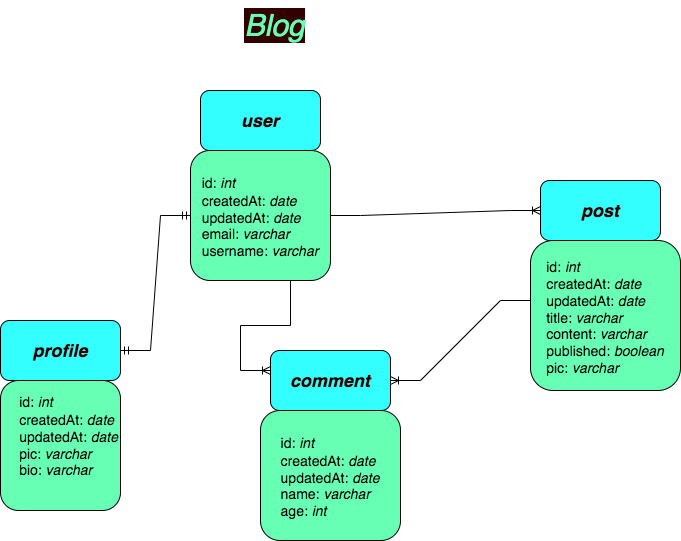
The draw.io diagram blog.drawio.png in MattVwaves/blog-domain-challenge-1, before a commit. Source tidied: cells renumbered, new cells last; positions are measured from the earlier drawing's top-left corner, leaving out a move shared by most shapes. The source it was exported from:
```xml
<mxGraphModel background="#ffffff">
  <root>
    <mxCell id="0" />
    <mxCell id="1" parent="0" />
    <mxCell id="2" value="&lt;font color=&quot;#66ffb3&quot; size=&quot;1&quot; style=&quot;&quot;&gt;&lt;i style=&quot;font-size: 30px; background-color: rgb(51, 0, 0);&quot;&gt;Blog&lt;/i&gt;&lt;/font&gt;" style="text;html=1;align=center;verticalAlign=middle;strokeColor=none;fillColor=none;" parent="1" vertex="1">
      <mxGeometry x="234" width="80" height="50" as="geometry" />
    </mxCell>
    <mxCell id="3" value="&lt;b&gt;&lt;font color=&quot;#330000&quot;&gt;&lt;i&gt;profile&lt;/i&gt;&lt;/font&gt;&lt;/b&gt;" style="rounded=1;whiteSpace=wrap;html=1;fontSize=18;fillColor=#33FFFF;" parent="1" vertex="1">
      <mxGeometry y="320" width="120" height="60" as="geometry" />
    </mxCell>
    <mxCell id="4" value="&lt;b&gt;&lt;font color=&quot;#330000&quot;&gt;&lt;i&gt;user&lt;/i&gt;&lt;/font&gt;&lt;/b&gt;" style="rounded=1;whiteSpace=wrap;html=1;fontSize=18;fillColor=#33FFFF;" parent="1" vertex="1">
      <mxGeometry x="200" y="90" width="120" height="60" as="geometry" />
    </mxCell>
    <mxCell id="5" value="&lt;b&gt;&lt;font color=&quot;#330000&quot;&gt;&lt;i&gt;post&lt;/i&gt;&lt;/font&gt;&lt;/b&gt;" style="rounded=1;whiteSpace=wrap;html=1;fontSize=18;fillColor=#33FFFF;" parent="1" vertex="1">
      <mxGeometry x="540" y="180" width="120" height="60" as="geometry" />
    </mxCell>
    <mxCell id="6" value="&lt;b&gt;&lt;font color=&quot;#330000&quot;&gt;&lt;i&gt;comment&lt;/i&gt;&lt;/font&gt;&lt;/b&gt;" style="rounded=1;whiteSpace=wrap;html=1;fontSize=18;fillColor=#33FFFF;" parent="1" vertex="1">
      <mxGeometry x="270" y="350" width="120" height="60" as="geometry" />
    </mxCell>
    <mxCell id="7" value="&lt;div style=&quot;text-align: left;&quot;&gt;&lt;span style=&quot;font-size: 14px; background-color: initial;&quot;&gt;id: &lt;i&gt;int&lt;/i&gt;&lt;/span&gt;&lt;/div&gt;&lt;font style=&quot;&quot;&gt;&lt;div style=&quot;text-align: left; font-size: 14px;&quot;&gt;&lt;span style=&quot;background-color: initial;&quot;&gt;createdAt: &lt;i&gt;date&lt;/i&gt;&lt;/span&gt;&lt;/div&gt;&lt;div style=&quot;text-align: left; font-size: 14px;&quot;&gt;&lt;span style=&quot;background-color: initial;&quot;&gt;updatedAt: &lt;i&gt;date&lt;/i&gt;&lt;/span&gt;&lt;/div&gt;&lt;div style=&quot;text-align: left; font-size: 14px;&quot;&gt;&lt;span style=&quot;background-color: initial;&quot;&gt;pic: &lt;i&gt;varchar&lt;/i&gt;&lt;/span&gt;&lt;/div&gt;&lt;div style=&quot;text-align: left; font-size: 14px;&quot;&gt;&lt;span style=&quot;background-color: initial;&quot;&gt;bio: &lt;i&gt;varchar&lt;/i&gt;&lt;/span&gt;&lt;/div&gt;&lt;div style=&quot;text-align: left;&quot;&gt;&lt;span style=&quot;font-size: 14px;&quot;&gt;&lt;br&gt;&lt;/span&gt;&lt;/div&gt;&lt;/font&gt;" style="rounded=1;whiteSpace=wrap;html=1;fontSize=18;labelPosition=center;verticalLabelPosition=middle;align=right;verticalAlign=middle;spacing=2;fillColor=#66FFB3;" parent="1" vertex="1">
      <mxGeometry y="380" width="120" height="130" as="geometry" />
    </mxCell>
    <mxCell id="8" value="&lt;div style=&quot;text-align: justify;&quot;&gt;&lt;span style=&quot;font-size: 14px;&quot;&gt;id: &lt;i&gt;int&lt;/i&gt;&lt;/span&gt;&lt;/div&gt;&lt;span style=&quot;color: rgb(0, 0, 0); font-family: Helvetica; font-size: 14px; font-variant-ligatures: normal; font-variant-caps: normal; font-weight: 400; letter-spacing: normal; orphans: 2; text-indent: 0px; text-transform: none; widows: 2; word-spacing: 0px; -webkit-text-stroke-width: 0px; background-color: rgb(248, 249, 250); text-decoration-thickness: initial; text-decoration-style: initial; text-decoration-color: initial; float: none; display: inline !important;&quot;&gt;&lt;div style=&quot;text-align: justify;&quot;&gt;createdAt: &lt;i&gt;date&lt;/i&gt;&lt;/div&gt;&lt;/span&gt;&lt;span style=&quot;color: rgb(0, 0, 0); font-family: Helvetica; font-size: 14px; font-variant-ligatures: normal; font-variant-caps: normal; font-weight: 400; letter-spacing: normal; orphans: 2; text-indent: 0px; text-transform: none; widows: 2; word-spacing: 0px; -webkit-text-stroke-width: 0px; background-color: rgb(248, 249, 250); text-decoration-thickness: initial; text-decoration-style: initial; text-decoration-color: initial; float: none; display: inline !important;&quot;&gt;&lt;div style=&quot;text-align: justify;&quot;&gt;updatedAt: &lt;i&gt;date&lt;/i&gt;&lt;/div&gt;&lt;/span&gt;&lt;span style=&quot;color: rgb(0, 0, 0); font-family: Helvetica; font-size: 14px; font-variant-ligatures: normal; font-variant-caps: normal; font-weight: 400; letter-spacing: normal; orphans: 2; text-indent: 0px; text-transform: none; widows: 2; word-spacing: 0px; -webkit-text-stroke-width: 0px; background-color: rgb(248, 249, 250); text-decoration-thickness: initial; text-decoration-style: initial; text-decoration-color: initial; float: none; display: inline !important;&quot;&gt;&lt;div style=&quot;text-align: justify;&quot;&gt;email: &lt;i&gt;varchar&lt;/i&gt;&lt;/div&gt;&lt;/span&gt;&lt;span style=&quot;font-size: 14px;&quot;&gt;&lt;div style=&quot;text-align: justify;&quot;&gt;&lt;span style=&quot;background-color: initial;&quot;&gt;username: &lt;i&gt;varchar&lt;/i&gt;&lt;/span&gt;&lt;/div&gt;&lt;/span&gt;" style="rounded=1;whiteSpace=wrap;html=1;fontSize=18;align=center;fillColor=#66FFB3;" parent="1" vertex="1">
      <mxGeometry x="190" y="150" width="140" height="130" as="geometry" />
    </mxCell>
    <mxCell id="9" value="&lt;div style=&quot;text-align: justify;&quot;&gt;&lt;span style=&quot;font-size: 14px;&quot;&gt;&lt;br&gt;&lt;/span&gt;&lt;/div&gt;&lt;font style=&quot;&quot;&gt;&lt;div style=&quot;font-size: 14px; text-align: justify;&quot;&gt;&lt;span style=&quot;background-color: initial;&quot;&gt;id: &lt;i&gt;int&lt;/i&gt;&lt;/span&gt;&lt;/div&gt;&lt;div style=&quot;font-size: 14px; text-align: justify;&quot;&gt;&lt;span style=&quot;background-color: initial;&quot;&gt;createdAt: &lt;i&gt;date&lt;/i&gt;&lt;/span&gt;&lt;/div&gt;&lt;div style=&quot;font-size: 14px; text-align: justify;&quot;&gt;&lt;span style=&quot;background-color: initial;&quot;&gt;updatedAt: &lt;i&gt;date&lt;/i&gt;&lt;/span&gt;&lt;/div&gt;&lt;div style=&quot;font-size: 14px; text-align: justify;&quot;&gt;title: &lt;i&gt;varchar&lt;/i&gt;&lt;/div&gt;&lt;div style=&quot;font-size: 14px; text-align: justify;&quot;&gt;&lt;span style=&quot;background-color: initial;&quot;&gt;content: &lt;i&gt;varchar&lt;/i&gt;&lt;/span&gt;&lt;/div&gt;&lt;div style=&quot;font-size: 14px; text-align: justify;&quot;&gt;&lt;span style=&quot;background-color: initial;&quot;&gt;published: &lt;i&gt;boolean&lt;/i&gt;&lt;/span&gt;&lt;/div&gt;&lt;div style=&quot;font-size: 14px; text-align: justify;&quot;&gt;pic: &lt;i&gt;varchar&lt;/i&gt;&lt;/div&gt;&lt;div style=&quot;font-size: 14px; text-align: justify;&quot;&gt;&lt;br&gt;&lt;/div&gt;&lt;/font&gt;" style="rounded=1;whiteSpace=wrap;html=1;fontSize=18;labelPosition=center;verticalLabelPosition=middle;align=center;verticalAlign=middle;spacing=2;fillColor=#66FFB3;" parent="1" vertex="1">
      <mxGeometry x="530" y="240" width="150" height="150" as="geometry" />
    </mxCell>
    <mxCell id="10" value="&lt;div style=&quot;text-align: justify;&quot;&gt;&lt;span style=&quot;font-size: 14px; background-color: initial;&quot;&gt;id: &lt;i&gt;int&lt;/i&gt;&lt;/span&gt;&lt;/div&gt;&lt;font style=&quot;font-size: 14px;&quot;&gt;&lt;div style=&quot;text-align: justify;&quot;&gt;&lt;span style=&quot;background-color: initial;&quot;&gt;createdAt: &lt;i&gt;date&lt;/i&gt;&lt;/span&gt;&lt;/div&gt;&lt;div style=&quot;text-align: justify;&quot;&gt;&lt;span style=&quot;background-color: initial;&quot;&gt;updatedAt: &lt;i&gt;date&lt;/i&gt;&lt;/span&gt;&lt;/div&gt;&lt;div style=&quot;text-align: justify;&quot;&gt;&lt;span style=&quot;background-color: initial;&quot;&gt;name: &lt;i&gt;varchar&lt;/i&gt;&lt;/span&gt;&lt;/div&gt;&lt;div style=&quot;text-align: justify;&quot;&gt;&lt;span style=&quot;background-color: initial;&quot;&gt;age: &lt;i&gt;int&lt;/i&gt;&lt;/span&gt;&lt;/div&gt;&lt;/font&gt;" style="rounded=1;whiteSpace=wrap;html=1;fontSize=18;labelPosition=center;verticalLabelPosition=middle;align=center;verticalAlign=middle;spacing=2;fillColor=#66FFB3;" parent="1" vertex="1">
      <mxGeometry x="260" y="410" width="140" height="130" as="geometry" />
    </mxCell>
    <mxCell id="11" style="edgeStyle=entityRelationEdgeStyle;fontSize=12;html=1;endArrow=ERoneToMany;rounded=0;entryX=0;entryY=0.5;entryDx=0;entryDy=0;" parent="1" edge="1" source="8" target="5">
      <mxGeometry relative="1" as="geometry" />
    </mxCell>
    <mxCell id="12" style="edgeStyle=entityRelationEdgeStyle;fontSize=12;html=1;endArrow=ERoneToMany;rounded=0;exitX=0.5;exitY=1;exitDx=0;exitDy=0;" parent="1" edge="1" source="8">
      <mxGeometry relative="1" as="geometry">
        <mxPoint x="270" y="370" as="targetPoint" />
      </mxGeometry>
    </mxCell>
    <mxCell id="13" style="edgeStyle=entityRelationEdgeStyle;fontSize=12;html=1;endArrow=ERmandOne;startArrow=ERmandOne;rounded=0;exitX=1;exitY=0.5;exitDx=0;exitDy=0;entryX=0;entryY=0.5;entryDx=0;entryDy=0;" parent="1" edge="1" source="3" target="8">
      <mxGeometry relative="1" as="geometry" />
    </mxCell>
    <mxCell id="14" style="edgeStyle=entityRelationEdgeStyle;fontSize=12;html=1;endArrow=ERoneToMany;rounded=0;entryX=1;entryY=0.5;entryDx=0;entryDy=0;exitX=0;exitY=0.4;exitDx=0;exitDy=0;exitPerimeter=0;" parent="1" edge="1" source="9" target="6">
      <mxGeometry relative="1" as="geometry" />
    </mxCell>
  </root>
</mxGraphModel>
```
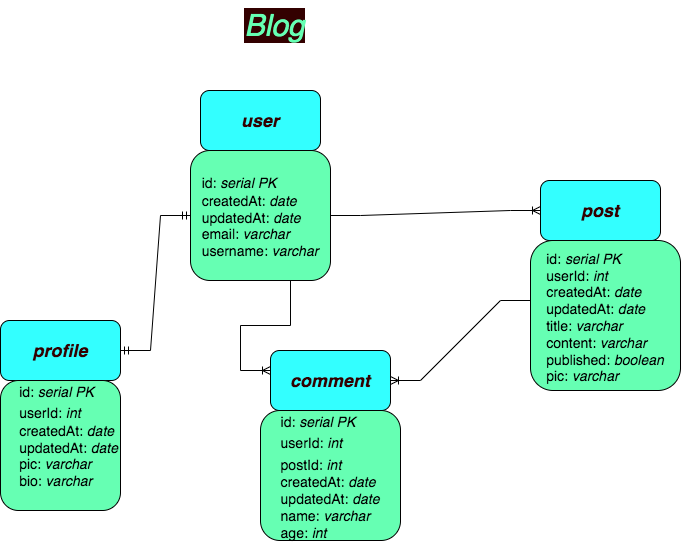
Above is the later version.

What changed in the source:
```diff
@@ -17,16 +17,16 @@
     <mxCell id="6" value="&lt;b&gt;&lt;font color=&quot;#330000&quot;&gt;&lt;i&gt;comment&lt;/i&gt;&lt;/font&gt;&lt;/b&gt;" style="rounded=1;whiteSpace=wrap;html=1;fontSize=18;fillColor=#33FFFF;" parent="1" vertex="1">
       <mxGeometry x="270" y="350" width="120" height="60" as="geometry" />
     </mxCell>
-    <mxCell id="7" value="&lt;div style=&quot;text-align: left;&quot;&gt;&lt;span style=&quot;font-size: 14px; background-color: initial;&quot;&gt;id: &lt;i&gt;int&lt;/i&gt;&lt;/span&gt;&lt;/div&gt;&lt;font style=&quot;&quot;&gt;&lt;div style=&quot;text-align: left; font-size: 14px;&quot;&gt;&lt;span style=&quot;background-color: initial;&quot;&gt;createdAt: &lt;i&gt;date&lt;/i&gt;&lt;/span&gt;&lt;/div&gt;&lt;div style=&quot;text-align: left; font-size: 14px;&quot;&gt;&lt;span style=&quot;background-color: initial;&quot;&gt;updatedAt: &lt;i&gt;date&lt;/i&gt;&lt;/span&gt;&lt;/div&gt;&lt;div style=&quot;text-align: left; font-size: 14px;&quot;&gt;&lt;span style=&quot;background-color: initial;&quot;&gt;pic: &lt;i&gt;varchar&lt;/i&gt;&lt;/span&gt;&lt;/div&gt;&lt;div style=&quot;text-align: left; font-size: 14px;&quot;&gt;&lt;span style=&quot;background-color: initial;&quot;&gt;bio: &lt;i&gt;varchar&lt;/i&gt;&lt;/span&gt;&lt;/div&gt;&lt;div style=&quot;text-align: left;&quot;&gt;&lt;span style=&quot;font-size: 14px;&quot;&gt;&lt;br&gt;&lt;/span&gt;&lt;/div&gt;&lt;/font&gt;" style="rounded=1;whiteSpace=wrap;html=1;fontSize=18;labelPosition=center;verticalLabelPosition=middle;align=right;verticalAlign=middle;spacing=2;fillColor=#66FFB3;" parent="1" vertex="1">
+    <mxCell id="7" value="&lt;div style=&quot;text-align: left;&quot;&gt;&lt;span style=&quot;font-size: 14px; background-color: initial;&quot;&gt;id: &lt;i&gt;serial PK&lt;/i&gt;&lt;/span&gt;&lt;/div&gt;&lt;div style=&quot;text-align: left;&quot;&gt;&lt;span style=&quot;font-size: 14px;&quot;&gt;userId: &lt;i&gt;int&lt;/i&gt;&lt;/span&gt;&lt;/div&gt;&lt;font style=&quot;&quot;&gt;&lt;div style=&quot;text-align: left; font-size: 14px;&quot;&gt;&lt;span style=&quot;background-color: initial;&quot;&gt;createdAt: &lt;i&gt;date&lt;/i&gt;&lt;/span&gt;&lt;/div&gt;&lt;div style=&quot;text-align: left; font-size: 14px;&quot;&gt;&lt;span style=&quot;background-color: initial;&quot;&gt;updatedAt: &lt;i&gt;date&lt;/i&gt;&lt;/span&gt;&lt;/div&gt;&lt;div style=&quot;text-align: left; font-size: 14px;&quot;&gt;&lt;span style=&quot;background-color: initial;&quot;&gt;pic: &lt;i&gt;varchar&lt;/i&gt;&lt;/span&gt;&lt;/div&gt;&lt;div style=&quot;text-align: left; font-size: 14px;&quot;&gt;&lt;span style=&quot;background-color: initial;&quot;&gt;bio: &lt;i&gt;varchar&lt;/i&gt;&lt;/span&gt;&lt;/div&gt;&lt;div style=&quot;text-align: left;&quot;&gt;&lt;span style=&quot;font-size: 14px;&quot;&gt;&lt;br&gt;&lt;/span&gt;&lt;/div&gt;&lt;/font&gt;" style="rounded=1;whiteSpace=wrap;html=1;fontSize=18;labelPosition=center;verticalLabelPosition=middle;align=right;verticalAlign=middle;spacing=2;fillColor=#66FFB3;" parent="1" vertex="1">
       <mxGeometry y="380" width="120" height="130" as="geometry" />
     </mxCell>
-    <mxCell id="8" value="&lt;div style=&quot;text-align: justify;&quot;&gt;&lt;span style=&quot;font-size: 14px;&quot;&gt;id: &lt;i&gt;int&lt;/i&gt;&lt;/span&gt;&lt;/div&gt;&lt;span style=&quot;color: rgb(0, 0, 0); font-family: Helvetica; font-size: 14px; font-variant-ligatures: normal; font-variant-caps: normal; font-weight: 400; letter-spacing: normal; orphans: 2; text-indent: 0px; text-transform: none; widows: 2; word-spacing: 0px; -webkit-text-stroke-width: 0px; background-color: rgb(248, 249, 250); text-decoration-thickness: initial; text-decoration-style: initial; text-decoration-color: initial; float: none; display: inline !important;&quot;&gt;&lt;div style=&quot;text-align: justify;&quot;&gt;createdAt: &lt;i&gt;date&lt;/i&gt;&lt;/div&gt;&lt;/span&gt;&lt;span style=&quot;color: rgb(0, 0, 0); font-family: Helvetica; font-size: 14px; font-variant-ligatures: normal; font-variant-caps: normal; font-weight: 400; letter-spacing: normal; orphans: 2; text-indent: 0px; text-transform: none; widows: 2; word-spacing: 0px; -webkit-text-stroke-width: 0px; background-color: rgb(248, 249, 250); text-decoration-thickness: initial; text-decoration-style: initial; text-decoration-color: initial; float: none; display: inline !important;&quot;&gt;&lt;div style=&quot;text-align: justify;&quot;&gt;updatedAt: &lt;i&gt;date&lt;/i&gt;&lt;/div&gt;&lt;/span&gt;&lt;span style=&quot;color: rgb(0, 0, 0); font-family: Helvetica; font-size: 14px; font-variant-ligatures: normal; font-variant-caps: normal; font-weight: 400; letter-spacing: normal; orphans: 2; text-indent: 0px; text-transform: none; widows: 2; word-spacing: 0px; -webkit-text-stroke-width: 0px; background-color: rgb(248, 249, 250); text-decoration-thickness: initial; text-decoration-style: initial; text-decoration-color: initial; float: none; display: inline !important;&quot;&gt;&lt;div style=&quot;text-align: justify;&quot;&gt;email: &lt;i&gt;varchar&lt;/i&gt;&lt;/div&gt;&lt;/span&gt;&lt;span style=&quot;font-size: 14px;&quot;&gt;&lt;div style=&quot;text-align: justify;&quot;&gt;&lt;span style=&quot;background-color: initial;&quot;&gt;username: &lt;i&gt;varchar&lt;/i&gt;&lt;/span&gt;&lt;/div&gt;&lt;/span&gt;" style="rounded=1;whiteSpace=wrap;html=1;fontSize=18;align=center;fillColor=#66FFB3;" parent="1" vertex="1">
+    <mxCell id="8" value="&lt;div style=&quot;text-align: justify;&quot;&gt;&lt;span style=&quot;font-size: 14px;&quot;&gt;id: &lt;i&gt;serial PK&lt;/i&gt;&lt;/span&gt;&lt;/div&gt;&lt;span style=&quot;color: rgb(0, 0, 0); font-family: Helvetica; font-size: 14px; font-variant-ligatures: normal; font-variant-caps: normal; font-weight: 400; letter-spacing: normal; orphans: 2; text-indent: 0px; text-transform: none; widows: 2; word-spacing: 0px; -webkit-text-stroke-width: 0px; background-color: rgb(248, 249, 250); text-decoration-thickness: initial; text-decoration-style: initial; text-decoration-color: initial; float: none; display: inline !important;&quot;&gt;&lt;div style=&quot;text-align: justify;&quot;&gt;createdAt: &lt;i&gt;date&lt;/i&gt;&lt;/div&gt;&lt;/span&gt;&lt;span style=&quot;color: rgb(0, 0, 0); font-family: Helvetica; font-size: 14px; font-variant-ligatures: normal; font-variant-caps: normal; font-weight: 400; letter-spacing: normal; orphans: 2; text-indent: 0px; text-transform: none; widows: 2; word-spacing: 0px; -webkit-text-stroke-width: 0px; background-color: rgb(248, 249, 250); text-decoration-thickness: initial; text-decoration-style: initial; text-decoration-color: initial; float: none; display: inline !important;&quot;&gt;&lt;div style=&quot;text-align: justify;&quot;&gt;updatedAt: &lt;i&gt;date&lt;/i&gt;&lt;/div&gt;&lt;/span&gt;&lt;span style=&quot;color: rgb(0, 0, 0); font-family: Helvetica; font-size: 14px; font-variant-ligatures: normal; font-variant-caps: normal; font-weight: 400; letter-spacing: normal; orphans: 2; text-indent: 0px; text-transform: none; widows: 2; word-spacing: 0px; -webkit-text-stroke-width: 0px; background-color: rgb(248, 249, 250); text-decoration-thickness: initial; text-decoration-style: initial; text-decoration-color: initial; float: none; display: inline !important;&quot;&gt;&lt;div style=&quot;text-align: justify;&quot;&gt;email: &lt;i&gt;varchar&lt;/i&gt;&lt;/div&gt;&lt;/span&gt;&lt;span style=&quot;font-size: 14px;&quot;&gt;&lt;div style=&quot;text-align: justify;&quot;&gt;&lt;span style=&quot;background-color: initial;&quot;&gt;username: &lt;i&gt;varchar&lt;/i&gt;&lt;/span&gt;&lt;/div&gt;&lt;/span&gt;" style="rounded=1;whiteSpace=wrap;html=1;fontSize=18;align=center;fillColor=#66FFB3;" parent="1" vertex="1">
       <mxGeometry x="190" y="150" width="140" height="130" as="geometry" />
     </mxCell>
-    <mxCell id="9" value="&lt;div style=&quot;text-align: justify;&quot;&gt;&lt;span style=&quot;font-size: 14px;&quot;&gt;&lt;br&gt;&lt;/span&gt;&lt;/div&gt;&lt;font style=&quot;&quot;&gt;&lt;div style=&quot;font-size: 14px; text-align: justify;&quot;&gt;&lt;span style=&quot;background-color: initial;&quot;&gt;id: &lt;i&gt;int&lt;/i&gt;&lt;/span&gt;&lt;/div&gt;&lt;div style=&quot;font-size: 14px; text-align: justify;&quot;&gt;&lt;span style=&quot;background-color: initial;&quot;&gt;createdAt: &lt;i&gt;date&lt;/i&gt;&lt;/span&gt;&lt;/div&gt;&lt;div style=&quot;font-size: 14px; text-align: justify;&quot;&gt;&lt;span style=&quot;background-color: initial;&quot;&gt;updatedAt: &lt;i&gt;date&lt;/i&gt;&lt;/span&gt;&lt;/div&gt;&lt;div style=&quot;font-size: 14px; text-align: justify;&quot;&gt;title: &lt;i&gt;varchar&lt;/i&gt;&lt;/div&gt;&lt;div style=&quot;font-size: 14px; text-align: justify;&quot;&gt;&lt;span style=&quot;background-color: initial;&quot;&gt;content: &lt;i&gt;varchar&lt;/i&gt;&lt;/span&gt;&lt;/div&gt;&lt;div style=&quot;font-size: 14px; text-align: justify;&quot;&gt;&lt;span style=&quot;background-color: initial;&quot;&gt;published: &lt;i&gt;boolean&lt;/i&gt;&lt;/span&gt;&lt;/div&gt;&lt;div style=&quot;font-size: 14px; text-align: justify;&quot;&gt;pic: &lt;i&gt;varchar&lt;/i&gt;&lt;/div&gt;&lt;div style=&quot;font-size: 14px; text-align: justify;&quot;&gt;&lt;br&gt;&lt;/div&gt;&lt;/font&gt;" style="rounded=1;whiteSpace=wrap;html=1;fontSize=18;labelPosition=center;verticalLabelPosition=middle;align=center;verticalAlign=middle;spacing=2;fillColor=#66FFB3;" parent="1" vertex="1">
+    <mxCell id="9" value="&lt;div style=&quot;text-align: justify;&quot;&gt;&lt;span style=&quot;font-size: 14px;&quot;&gt;&lt;br&gt;&lt;/span&gt;&lt;/div&gt;&lt;font style=&quot;&quot;&gt;&lt;div style=&quot;font-size: 14px; text-align: justify;&quot;&gt;&lt;span style=&quot;background-color: initial;&quot;&gt;id: &lt;i&gt;serial PK&lt;/i&gt;&lt;/span&gt;&lt;/div&gt;&lt;div style=&quot;font-size: 14px; text-align: justify;&quot;&gt;&lt;span style=&quot;background-color: initial;&quot;&gt;userId: &lt;i&gt;int&lt;/i&gt;&lt;/span&gt;&lt;/div&gt;&lt;div style=&quot;font-size: 14px; text-align: justify;&quot;&gt;&lt;span style=&quot;background-color: initial;&quot;&gt;createdAt: &lt;i&gt;date&lt;/i&gt;&lt;/span&gt;&lt;/div&gt;&lt;div style=&quot;font-size: 14px; text-align: justify;&quot;&gt;&lt;span style=&quot;background-color: initial;&quot;&gt;updatedAt: &lt;i&gt;date&lt;/i&gt;&lt;/span&gt;&lt;/div&gt;&lt;div style=&quot;font-size: 14px; text-align: justify;&quot;&gt;title: &lt;i&gt;varchar&lt;/i&gt;&lt;/div&gt;&lt;div style=&quot;font-size: 14px; text-align: justify;&quot;&gt;&lt;span style=&quot;background-color: initial;&quot;&gt;content: &lt;i&gt;varchar&lt;/i&gt;&lt;/span&gt;&lt;/div&gt;&lt;div style=&quot;font-size: 14px; text-align: justify;&quot;&gt;&lt;span style=&quot;background-color: initial;&quot;&gt;published: &lt;i&gt;boolean&lt;/i&gt;&lt;/span&gt;&lt;/div&gt;&lt;div style=&quot;font-size: 14px; text-align: justify;&quot;&gt;pic: &lt;i&gt;varchar&lt;/i&gt;&lt;/div&gt;&lt;div style=&quot;font-size: 14px; text-align: justify;&quot;&gt;&lt;br&gt;&lt;/div&gt;&lt;/font&gt;" style="rounded=1;whiteSpace=wrap;html=1;fontSize=18;labelPosition=center;verticalLabelPosition=middle;align=center;verticalAlign=middle;spacing=2;fillColor=#66FFB3;" parent="1" vertex="1">
       <mxGeometry x="530" y="240" width="150" height="150" as="geometry" />
     </mxCell>
-    <mxCell id="10" value="&lt;div style=&quot;text-align: justify;&quot;&gt;&lt;span style=&quot;font-size: 14px; background-color: initial;&quot;&gt;id: &lt;i&gt;int&lt;/i&gt;&lt;/span&gt;&lt;/div&gt;&lt;font style=&quot;font-size: 14px;&quot;&gt;&lt;div style=&quot;text-align: justify;&quot;&gt;&lt;span style=&quot;background-color: initial;&quot;&gt;createdAt: &lt;i&gt;date&lt;/i&gt;&lt;/span&gt;&lt;/div&gt;&lt;div style=&quot;text-align: justify;&quot;&gt;&lt;span style=&quot;background-color: initial;&quot;&gt;updatedAt: &lt;i&gt;date&lt;/i&gt;&lt;/span&gt;&lt;/div&gt;&lt;div style=&quot;text-align: justify;&quot;&gt;&lt;span style=&quot;background-color: initial;&quot;&gt;name: &lt;i&gt;varchar&lt;/i&gt;&lt;/span&gt;&lt;/div&gt;&lt;div style=&quot;text-align: justify;&quot;&gt;&lt;span style=&quot;background-color: initial;&quot;&gt;age: &lt;i&gt;int&lt;/i&gt;&lt;/span&gt;&lt;/div&gt;&lt;/font&gt;" style="rounded=1;whiteSpace=wrap;html=1;fontSize=18;labelPosition=center;verticalLabelPosition=middle;align=center;verticalAlign=middle;spacing=2;fillColor=#66FFB3;" parent="1" vertex="1">
+    <mxCell id="10" value="&lt;div style=&quot;text-align: justify;&quot;&gt;&lt;span style=&quot;font-size: 14px; background-color: initial;&quot;&gt;id: &lt;i&gt;serial PK&lt;/i&gt;&lt;/span&gt;&lt;/div&gt;&lt;div style=&quot;text-align: justify;&quot;&gt;&lt;span style=&quot;font-size: 14px;&quot;&gt;userId: &lt;i&gt;int&lt;/i&gt;&lt;/span&gt;&lt;/div&gt;&lt;div style=&quot;text-align: justify;&quot;&gt;&lt;span style=&quot;font-size: 14px;&quot;&gt;postId: &lt;i&gt;int&lt;/i&gt;&lt;/span&gt;&lt;/div&gt;&lt;font style=&quot;font-size: 14px;&quot;&gt;&lt;div style=&quot;text-align: justify;&quot;&gt;&lt;span style=&quot;background-color: initial;&quot;&gt;createdAt: &lt;i&gt;date&lt;/i&gt;&lt;/span&gt;&lt;/div&gt;&lt;div style=&quot;text-align: justify;&quot;&gt;&lt;span style=&quot;background-color: initial;&quot;&gt;updatedAt: &lt;i&gt;date&lt;/i&gt;&lt;/span&gt;&lt;/div&gt;&lt;div style=&quot;text-align: justify;&quot;&gt;&lt;span style=&quot;background-color: initial;&quot;&gt;name: &lt;i&gt;varchar&lt;/i&gt;&lt;/span&gt;&lt;/div&gt;&lt;div style=&quot;text-align: justify;&quot;&gt;&lt;span style=&quot;background-color: initial;&quot;&gt;age: &lt;i&gt;int&lt;/i&gt;&lt;/span&gt;&lt;/div&gt;&lt;/font&gt;" style="rounded=1;whiteSpace=wrap;html=1;fontSize=18;labelPosition=center;verticalLabelPosition=middle;align=center;verticalAlign=middle;spacing=2;fillColor=#66FFB3;" parent="1" vertex="1">
       <mxGeometry x="260" y="410" width="140" height="130" as="geometry" />
     </mxCell>
     <mxCell id="11" style="edgeStyle=entityRelationEdgeStyle;fontSize=12;html=1;endArrow=ERoneToMany;rounded=0;entryX=0;entryY=0.5;entryDx=0;entryDy=0;" parent="1" edge="1" source="8" target="5">
```
